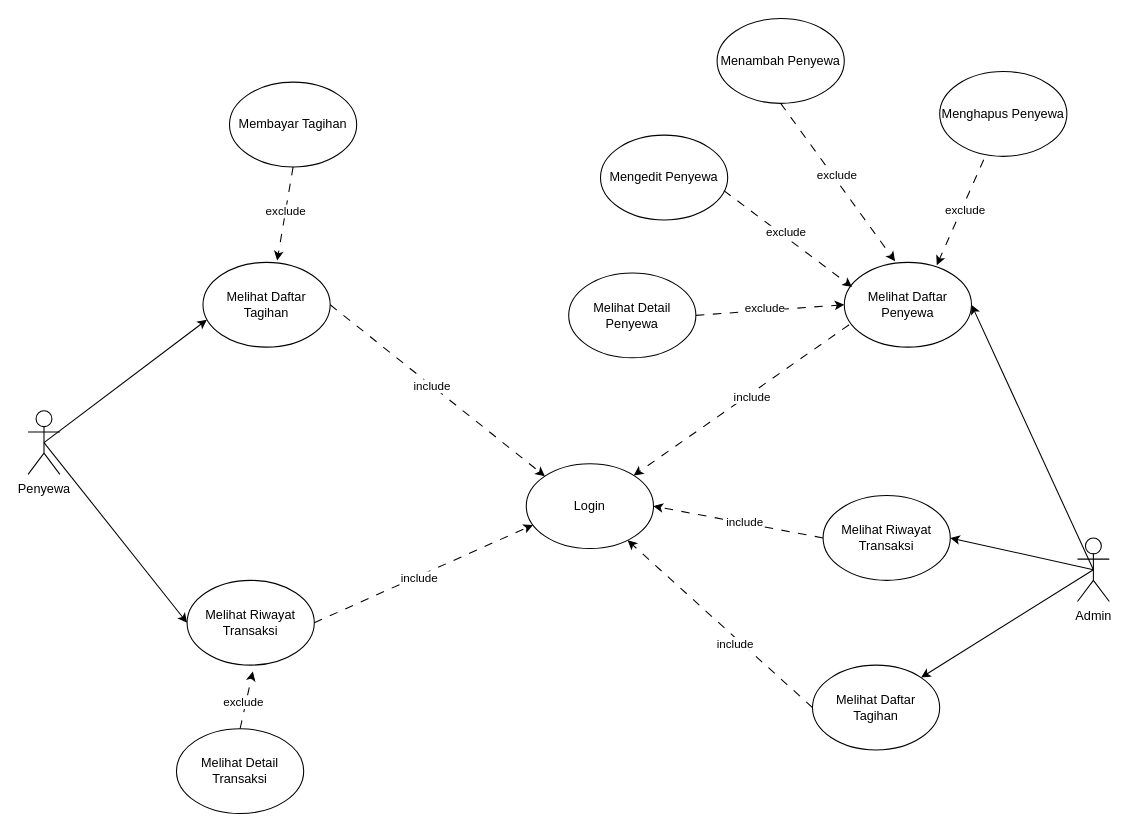
This is usecase_skripsi.drawio from juanangelaalma/uml, a draw.io file, before an edit. Source tidied: cells renumbered, new cells numbered last; positions are measured from the earlier drawing's top-left corner, leaving out a move shared by most shapes. Both pictures are drawn from the tidied source at 106%, with x=0, y=0 at pixel (28, 18).
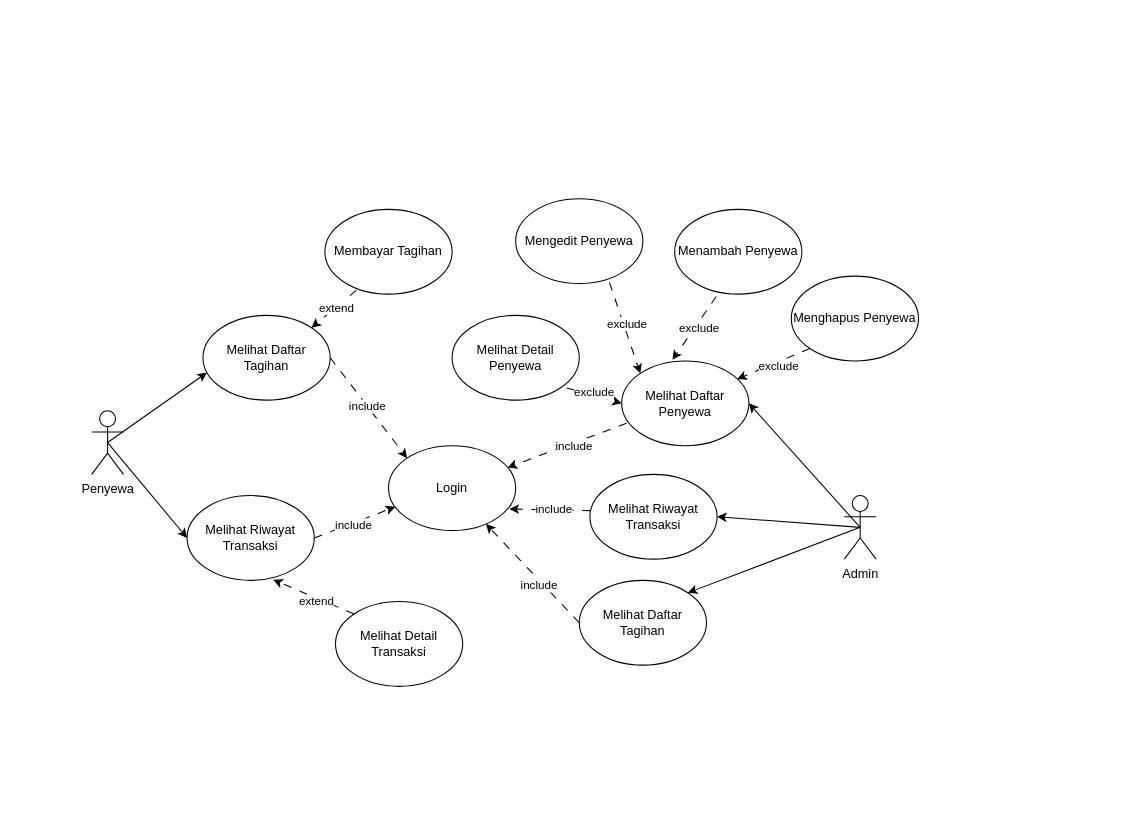
The same page after the edit.

What changed in the source:
```diff
@@
     <mxCell id="2" value="Admin" style="shape=umlActor;verticalLabelPosition=bottom;verticalAlign=top;html=1;outlineConnect=0;" parent="1" vertex="1">
-      <mxGeometry x="990" y="490" width="30" height="60" as="geometry" />
+      <mxGeometry x="770" y="450" width="30" height="60" as="geometry" />
     </mxCell>
     <mxCell id="3" value="Penyewa" style="shape=umlActor;verticalLabelPosition=bottom;verticalAlign=top;html=1;outlineConnect=0;" parent="1" vertex="1">
-      <mxGeometry y="370" width="30" height="60" as="geometry" />
+      <mxGeometry x="60" y="370" width="30" height="60" as="geometry" />
     </mxCell>
     <mxCell id="4" value="Login" style="ellipse;whiteSpace=wrap;html=1;" parent="1" vertex="1">
-      <mxGeometry x="470" y="420" width="120" height="80" as="geometry" />
+      <mxGeometry x="340" y="403" width="120" height="80" as="geometry" />
     </mxCell>
     <mxCell id="5" value="Melihat Daftar Penyewa" style="ellipse;whiteSpace=wrap;html=1;" parent="1" vertex="1">
-      <mxGeometry x="770" y="230" width="120" height="80" as="geometry" />
+      <mxGeometry x="560" y="323" width="120" height="80" as="geometry" />
     </mxCell>
     <mxCell id="6" value="Melihat Riwayat Transaksi" style="ellipse;whiteSpace=wrap;html=1;" parent="1" vertex="1">
-      <mxGeometry x="750" y="450" width="120" height="80" as="geometry" />
+      <mxGeometry x="530" y="430" width="120" height="80" as="geometry" />
     </mxCell>
     <mxCell id="7" value="Melihat Daftar Tagihan" style="ellipse;whiteSpace=wrap;html=1;" parent="1" vertex="1">
-      <mxGeometry x="740" y="610" width="120" height="80" as="geometry" />
+      <mxGeometry x="520" y="530" width="120" height="80" as="geometry" />
     </mxCell>
@@
-    <mxCell id="11" style="endArrow=classic;html=1;rounded=0;entryX=1;entryY=0.5;entryDx=0;entryDy=0;exitX=0;exitY=0.5;exitDx=0;exitDy=0;dashed=1;dashPattern=8 8;" parent="1" edge="1" source="6" target="4">
+    <mxCell id="11" style="endArrow=classic;html=1;rounded=0;entryX=0.951;entryY=0.746;entryDx=0;entryDy=0;exitX=0.006;exitY=0.428;exitDx=0;exitDy=0;dashed=1;dashPattern=8 8;entryPerimeter=0;exitPerimeter=0;" parent="1" edge="1" source="6" target="4">
       <mxGeometry relative="1" as="geometry" />
     </mxCell>
@@
     <mxCell id="17" value="Menambah Penyewa" style="ellipse;whiteSpace=wrap;html=1;" parent="1" vertex="1">
-      <mxGeometry x="650" width="120" height="80" as="geometry" />
+      <mxGeometry x="610" y="180" width="120" height="80" as="geometry" />
     </mxCell>
     <mxCell id="18" value="Menghapus Penyewa" style="ellipse;whiteSpace=wrap;html=1;" parent="1" vertex="1">
-      <mxGeometry x="860" y="50" width="120" height="80" as="geometry" />
+      <mxGeometry x="720" y="243" width="120" height="80" as="geometry" />
     </mxCell>
     <mxCell id="19" value="Mengedit Penyewa" style="ellipse;whiteSpace=wrap;html=1;" parent="1" vertex="1">
-      <mxGeometry x="540" y="110" width="120" height="80" as="geometry" />
+      <mxGeometry x="460" y="170" width="120" height="80" as="geometry" />
     </mxCell>
-    <mxCell id="20" style="endArrow=classic;html=1;rounded=0;exitX=0.5;exitY=1;exitDx=0;exitDy=0;dashed=1;dashPattern=8 8;entryX=0.399;entryY=-0.013;entryDx=0;entryDy=0;entryPerimeter=0;" parent="1" edge="1" source="17" target="5">
+    <mxCell id="20" style="endArrow=classic;html=1;rounded=0;exitX=0.327;exitY=1.028;exitDx=0;exitDy=0;dashed=1;dashPattern=8 8;entryX=0.399;entryY=-0.013;entryDx=0;entryDy=0;entryPerimeter=0;exitPerimeter=0;" parent="1" edge="1" source="17" target="5">
       <mxGeometry relative="1" as="geometry" />
     </mxCell>
@@
-    <mxCell id="22" style="endArrow=classic;html=1;rounded=0;exitX=0.346;exitY=1.04;exitDx=0;exitDy=0;dashed=1;dashPattern=8 8;entryX=0.727;entryY=0.033;entryDx=0;entryDy=0;exitPerimeter=0;entryPerimeter=0;" parent="1" edge="1" source="18" target="5">
+    <mxCell id="22" style="endArrow=classic;html=1;rounded=0;exitX=0;exitY=1;exitDx=0;exitDy=0;dashed=1;dashPattern=8 8;entryX=0.908;entryY=0.214;entryDx=0;entryDy=0;entryPerimeter=0;" parent="1" edge="1" source="18" target="5">
       <mxGeometry relative="1" as="geometry" />
     </mxCell>
@@
-    <mxCell id="24" style="endArrow=classic;html=1;rounded=0;exitX=0.97;exitY=0.654;exitDx=0;exitDy=0;dashed=1;dashPattern=8 8;entryX=0.061;entryY=0.29;entryDx=0;entryDy=0;exitPerimeter=0;entryPerimeter=0;" parent="1" edge="1" source="19" target="5">
+    <mxCell id="24" style="endArrow=classic;html=1;rounded=0;exitX=0.737;exitY=0.987;exitDx=0;exitDy=0;dashed=1;dashPattern=8 8;entryX=0;entryY=0;entryDx=0;entryDy=0;exitPerimeter=0;" parent="1" edge="1" source="19" target="5">
       <mxGeometry relative="1" as="geometry" />
     </mxCell>
@@
     <mxCell id="26" value="Melihat Detail Penyewa" style="ellipse;whiteSpace=wrap;html=1;" parent="1" vertex="1">
-      <mxGeometry x="510" y="240" width="120" height="80" as="geometry" />
+      <mxGeometry x="400" y="280" width="120" height="80" as="geometry" />
     </mxCell>
-    <mxCell id="27" style="endArrow=classic;html=1;rounded=0;exitX=1;exitY=0.5;exitDx=0;exitDy=0;dashed=1;dashPattern=8 8;entryX=0;entryY=0.5;entryDx=0;entryDy=0;" parent="1" edge="1" source="26" target="5">
+    <mxCell id="27" style="endArrow=classic;html=1;rounded=0;exitX=0.901;exitY=0.856;exitDx=0;exitDy=0;dashed=1;dashPattern=8 8;entryX=0;entryY=0.5;entryDx=0;entryDy=0;exitPerimeter=0;" parent="1" edge="1" source="26" target="5">
       <mxGeometry relative="1" as="geometry" />
     </mxCell>
@@
     <mxCell id="29" value="Melihat Daftar Tagihan" style="ellipse;whiteSpace=wrap;html=1;" parent="1" vertex="1">
-      <mxGeometry x="165" y="230" width="120" height="80" as="geometry" />
+      <mxGeometry x="165" y="280" width="120" height="80" as="geometry" />
     </mxCell>
     <mxCell id="30" value="Membayar Tagihan" style="ellipse;whiteSpace=wrap;html=1;" parent="1" vertex="1">
-      <mxGeometry x="190" y="60" width="120" height="80" as="geometry" />
+      <mxGeometry x="280" y="180" width="120" height="80" as="geometry" />
     </mxCell>
     <mxCell id="31" value="Melihat Riwayat Transaksi" style="ellipse;whiteSpace=wrap;html=1;" parent="1" vertex="1">
-      <mxGeometry x="150" y="530" width="120" height="80" as="geometry" />
+      <mxGeometry x="150" y="450" width="120" height="80" as="geometry" />
     </mxCell>
     <mxCell id="32" value="Melihat Detail Transaksi" style="ellipse;whiteSpace=wrap;html=1;" parent="1" vertex="1">
-      <mxGeometry x="140" y="670" width="120" height="80" as="geometry" />
+      <mxGeometry x="290" y="550" width="120" height="80" as="geometry" />
     </mxCell>
-    <mxCell id="33" style="endArrow=classic;html=1;rounded=0;exitX=0.5;exitY=0;exitDx=0;exitDy=0;dashed=1;dashPattern=8 8;entryX=0.517;entryY=1.075;entryDx=0;entryDy=0;entryPerimeter=0;" parent="1" edge="1" source="32" target="31">
+    <mxCell id="33" style="endArrow=classic;html=1;rounded=0;dashed=1;dashPattern=8 8;entryX=0.677;entryY=0.994;entryDx=0;entryDy=0;entryPerimeter=0;exitX=0;exitY=0;exitDx=0;exitDy=0;" parent="1" edge="1" source="32" target="31">
       <mxGeometry relative="1" as="geometry" />
     </mxCell>
-    <mxCell id="34" value="exclude" style="edgeLabel;html=1;align=center;verticalAlign=middle;" parent="33" vertex="1">
+    <mxCell id="34" value="extend" style="edgeLabel;html=1;align=center;verticalAlign=middle;" parent="33" vertex="1">
       <mxGeometry x="-0.08" y="3" relative="1" as="geometry" />
     </mxCell>
@@
-    <mxCell id="39" style="endArrow=classic;html=1;rounded=0;entryX=0.583;entryY=-0.021;entryDx=0;entryDy=0;exitX=0.5;exitY=1;exitDx=0;exitDy=0;dashed=1;dashPattern=8 8;entryPerimeter=0;" parent="1" edge="1" source="30" target="29">
+    <mxCell id="39" style="endArrow=classic;html=1;rounded=0;exitX=0.248;exitY=0.953;exitDx=0;exitDy=0;dashed=1;dashPattern=8 8;entryX=1;entryY=0;entryDx=0;entryDy=0;exitPerimeter=0;" parent="1" edge="1" source="30" target="29">
       <mxGeometry relative="1" as="geometry" />
     </mxCell>
-    <mxCell id="40" value="exclude" style="edgeLabel;html=1;align=center;verticalAlign=middle;" parent="39" vertex="1">
+    <mxCell id="40" value="extend" style="edgeLabel;html=1;align=center;verticalAlign=middle;" parent="39" vertex="1">
       <mxGeometry x="-0.06" y="-1" relative="1" as="geometry">
         <mxPoint x="1" as="offset" />
       </mxGeometry>
     </mxCell>
```
